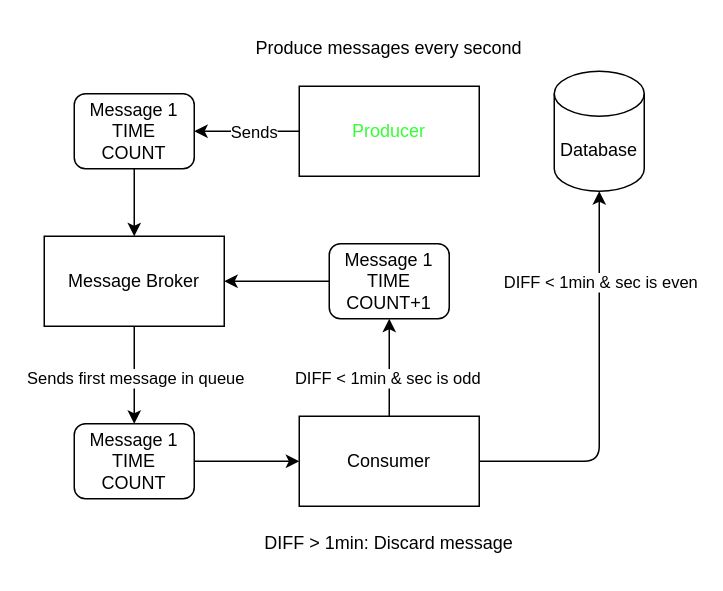
MarkBogelund/MessageManagementSystem keeps this draw.io diagram as Docs/domain-model.dio. Above is the earlier version. Source tidied: cells renumbered, new cells numbered last; positions are measured from the earlier drawing's top-left corner, leaving out a move shared by most shapes. Both pictures are drawn from the tidied source at 150%, with x=0, y=0 at pixel (44, 26).
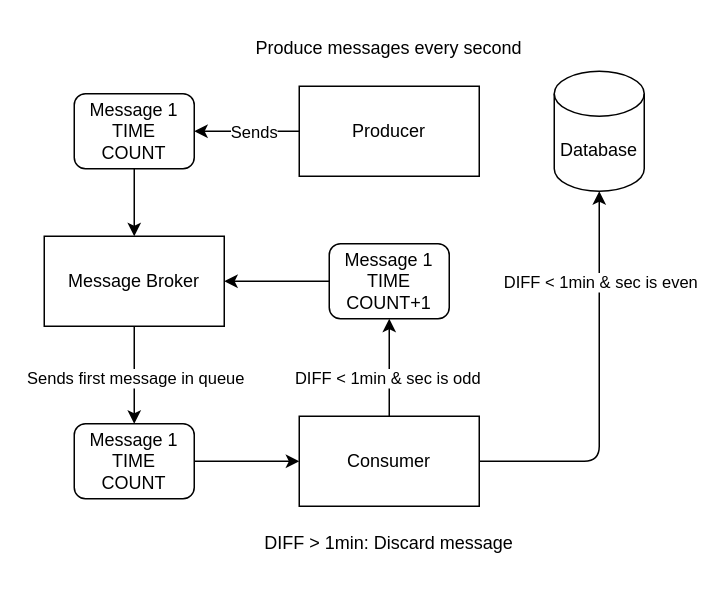
The same page after the edit.

Commit message (it also covers changes not shown here):
Edited color of producer text

The edit, as a diff of the source:
```diff
@@
-<mxGraphModel>
+<mxGraphModel background="#ffffff">
@@
-    <mxCell id="4" value="&lt;font color=&quot;#33ff33&quot;&gt;Producer&lt;/font&gt;" style="rounded=0;whiteSpace=wrap;html=1;" parent="1" vertex="1">
+    <mxCell id="4" value="Producer" style="rounded=0;whiteSpace=wrap;html=1;" parent="1" vertex="1">
       <mxGeometry x="170" y="40" width="120" height="60" as="geometry" />
     </mxCell>
```
